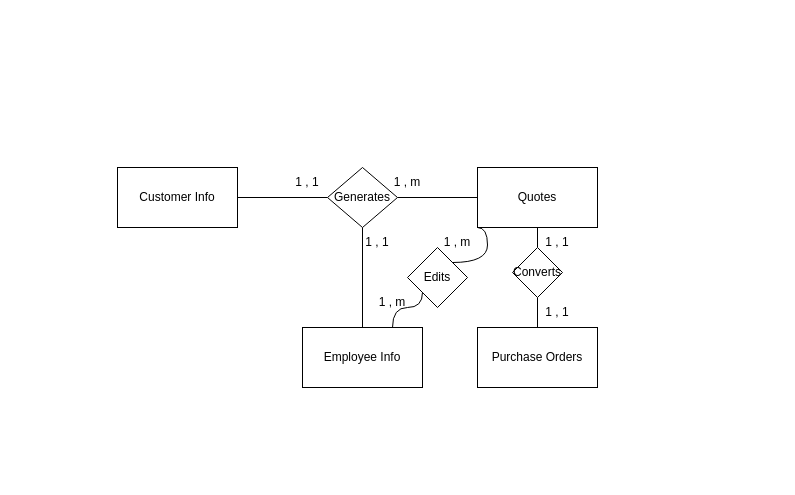
Earlier version of the draw.io diagram ER Diagram.drawio (helloalexpeterson/467-Quote-Project). Source tidied: cells renumbered, new cells numbered last; positions are measured from the earlier drawing's top-left corner, leaving out a move shared by most shapes. Both pictures are drawn from the tidied source at 100%, with x=0, y=0 at pixel (117, 167).
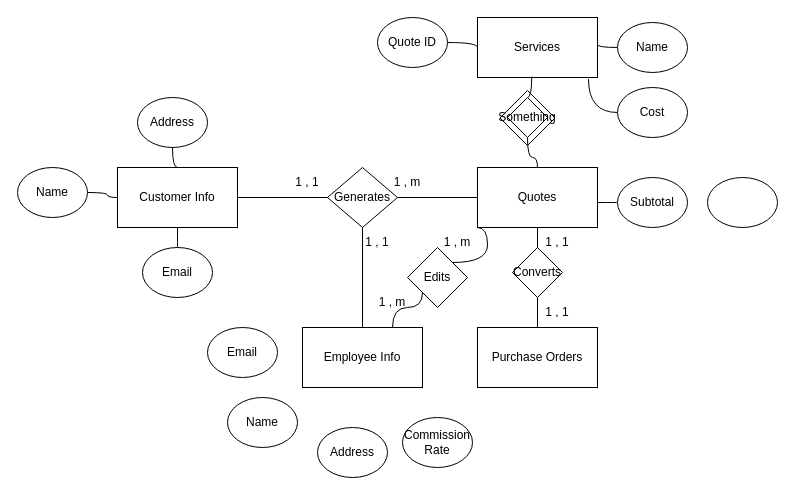
The same diagram, later.

Unchanged cells that the change refers to:
```xml
<mxCell id="3" value="Customer Info" style="rounded=0;whiteSpace=wrap;html=1;" parent="1" vertex="1">
  <mxGeometry width="120" height="60" as="geometry" />
</mxCell>
<mxCell id="4" value="Quotes" style="rounded=0;whiteSpace=wrap;html=1;" parent="1" vertex="1">
  <mxGeometry x="360" width="120" height="60" as="geometry" />
</mxCell>
```

What changed in the source:
```diff
@@
+    <mxCell id="23" style="rhombus;whiteSpace=wrap;html=1;" parent="1" vertex="1">
+      <mxGeometry x="382.5" y="-77" width="55" height="55" as="geometry" />
+    </mxCell>
@@
+    <mxCell id="24" style="edgeStyle=orthogonalEdgeStyle;curved=1;jettySize=auto;html=1;exitX=1;exitY=0.5;exitDx=0;exitDy=0;endArrow=none;endFill=0;" parent="1" edge="1" source="25" target="3">
+      <mxGeometry relative="1" as="geometry" />
+    </mxCell>
+    <mxCell id="25" value="Name" style="ellipse;whiteSpace=wrap;html=1;" parent="1" vertex="1">
+      <mxGeometry x="-100" width="70" height="50" as="geometry" />
+    </mxCell>
+    <mxCell id="26" style="edgeStyle=orthogonalEdgeStyle;curved=1;jettySize=auto;html=1;exitX=0.5;exitY=1;exitDx=0;exitDy=0;endArrow=none;endFill=0;" parent="1" edge="1" source="27" target="3">
+      <mxGeometry relative="1" as="geometry" />
+    </mxCell>
+    <mxCell id="27" value="Address" style="ellipse;whiteSpace=wrap;html=1;" parent="1" vertex="1">
+      <mxGeometry x="20" y="-70" width="70" height="50" as="geometry" />
+    </mxCell>
+    <mxCell id="28" style="edgeStyle=orthogonalEdgeStyle;curved=1;jettySize=auto;html=1;exitX=0.5;exitY=0;exitDx=0;exitDy=0;entryX=0.5;entryY=1;entryDx=0;entryDy=0;endArrow=none;endFill=0;" parent="1" edge="1" source="29" target="3">
+      <mxGeometry relative="1" as="geometry" />
+    </mxCell>
+    <mxCell id="29" value="Email&lt;br&gt;" style="ellipse;whiteSpace=wrap;html=1;" parent="1" vertex="1">
+      <mxGeometry x="25" y="80" width="70" height="50" as="geometry" />
+    </mxCell>
+    <mxCell id="30" style="ellipse;whiteSpace=wrap;html=1;" parent="1" vertex="1">
+      <mxGeometry x="590" y="10" width="70" height="50" as="geometry" />
+    </mxCell>
+    <mxCell id="31" style="edgeStyle=orthogonalEdgeStyle;curved=1;jettySize=auto;html=1;exitX=0;exitY=0.5;exitDx=0;exitDy=0;entryX=0.992;entryY=0.44;entryDx=0;entryDy=0;entryPerimeter=0;endArrow=none;endFill=0;" parent="1" edge="1" source="32" target="35">
+      <mxGeometry relative="1" as="geometry" />
+    </mxCell>
+    <mxCell id="32" value="Name" style="ellipse;whiteSpace=wrap;html=1;" parent="1" vertex="1">
+      <mxGeometry x="500" y="-145" width="70" height="50" as="geometry" />
+    </mxCell>
+    <mxCell id="33" style="edgeStyle=orthogonalEdgeStyle;curved=1;jettySize=auto;html=1;exitX=1;exitY=0.5;exitDx=0;exitDy=0;entryX=0;entryY=0.5;entryDx=0;entryDy=0;endArrow=none;endFill=0;" parent="1" edge="1" source="34" target="35">
+      <mxGeometry relative="1" as="geometry" />
+    </mxCell>
+    <mxCell id="34" value="Quote ID" style="ellipse;whiteSpace=wrap;html=1;" parent="1" vertex="1">
+      <mxGeometry x="260" y="-150" width="70" height="50" as="geometry" />
+    </mxCell>
+    <mxCell id="35" value="Services" style="rounded=0;whiteSpace=wrap;html=1;" parent="1" vertex="1">
+      <mxGeometry x="360" y="-150" width="120" height="60" as="geometry" />
+    </mxCell>
+    <mxCell id="36" style="edgeStyle=orthogonalEdgeStyle;curved=1;jettySize=auto;html=1;exitX=0.5;exitY=0;exitDx=0;exitDy=0;entryX=0.452;entryY=0.987;entryDx=0;entryDy=0;entryPerimeter=0;endArrow=none;endFill=0;" parent="1" edge="1" source="38" target="35">
+      <mxGeometry relative="1" as="geometry" />
+    </mxCell>
+    <mxCell id="37" style="edgeStyle=orthogonalEdgeStyle;curved=1;jettySize=auto;html=1;exitX=0.5;exitY=1;exitDx=0;exitDy=0;endArrow=none;endFill=0;" parent="1" edge="1" source="38" target="4">
+      <mxGeometry relative="1" as="geometry" />
+    </mxCell>
+    <mxCell id="38" value="Something" style="rhombus;whiteSpace=wrap;html=1;" parent="1" vertex="1">
+      <mxGeometry x="390" y="-70" width="40" height="40" as="geometry" />
+    </mxCell>
+    <mxCell id="39" style="edgeStyle=orthogonalEdgeStyle;curved=1;jettySize=auto;html=1;exitX=0;exitY=0.5;exitDx=0;exitDy=0;entryX=0.925;entryY=1.027;entryDx=0;entryDy=0;entryPerimeter=0;endArrow=none;endFill=0;" parent="1" edge="1" source="40" target="35">
+      <mxGeometry relative="1" as="geometry" />
+    </mxCell>
+    <mxCell id="40" value="Cost" style="ellipse;whiteSpace=wrap;html=1;" parent="1" vertex="1">
+      <mxGeometry x="500" y="-80" width="70" height="50" as="geometry" />
+    </mxCell>
+    <mxCell id="41" style="edgeStyle=orthogonalEdgeStyle;curved=1;jettySize=auto;html=1;exitX=0;exitY=0.5;exitDx=0;exitDy=0;entryX=1.005;entryY=0.573;entryDx=0;entryDy=0;entryPerimeter=0;endArrow=none;endFill=0;" parent="1" edge="1" source="42" target="4">
+      <mxGeometry relative="1" as="geometry" />
+    </mxCell>
+    <mxCell id="42" value="Subtotal&lt;br&gt;" style="ellipse;whiteSpace=wrap;html=1;" parent="1" vertex="1">
+      <mxGeometry x="500" y="10" width="70" height="50" as="geometry" />
+    </mxCell>
+    <mxCell id="43" value="Email&lt;br&gt;" style="ellipse;whiteSpace=wrap;html=1;" parent="1" vertex="1">
+      <mxGeometry x="90" y="160" width="70" height="50" as="geometry" />
+    </mxCell>
+    <mxCell id="44" value="Name" style="ellipse;whiteSpace=wrap;html=1;" parent="1" vertex="1">
+      <mxGeometry x="110" y="230" width="70" height="50" as="geometry" />
+    </mxCell>
+    <mxCell id="45" value="Address" style="ellipse;whiteSpace=wrap;html=1;" parent="1" vertex="1">
+      <mxGeometry x="200" y="260" width="70" height="50" as="geometry" />
+    </mxCell>
+    <mxCell id="46" value="Commission Rate" style="ellipse;whiteSpace=wrap;html=1;" parent="1" vertex="1">
+      <mxGeometry x="285" y="250" width="70" height="50" as="geometry" />
+    </mxCell>
```
